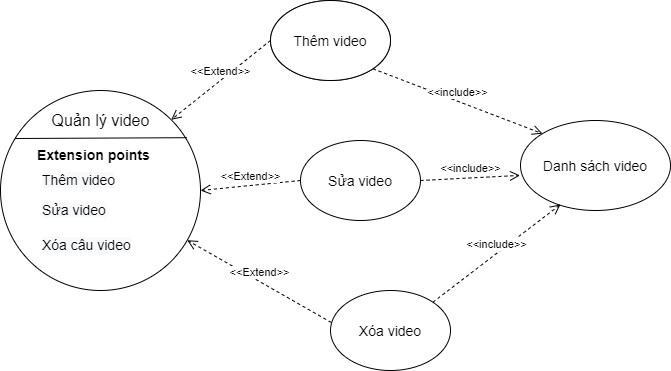
Thangvanle2000/dkt-learning keeps this draw.io diagram as Đề cương/Diagram/admin-audio.png. Above is the earlier version. Source tidied: cells renumbered, new cells last; positions are measured from the earlier drawing's top-left corner, leaving out a move shared by most shapes. The source it was exported from:
```xml
<mxGraphModel>
  <root>
    <mxCell id="0" />
    <mxCell id="1" parent="0" />
    <mxCell id="2" style="ellipse;whiteSpace=wrap;html=1;" parent="1" vertex="1">
      <mxGeometry y="90" width="200" height="200" as="geometry" />
    </mxCell>
    <mxCell id="3" style="endArrow=none;html=1;exitX=0.072;exitY=0.24;exitDx=0;exitDy=0;exitPerimeter=0;entryX=0.932;entryY=0.236;entryDx=0;entryDy=0;entryPerimeter=0;" parent="1" edge="1" source="2" target="2">
      <mxGeometry relative="1" as="geometry" />
    </mxCell>
    <mxCell id="4" value="&lt;font style=&quot;font-size: 16px&quot;&gt;Quản lý video&lt;/font&gt;" style="text;html=1;align=center;verticalAlign=middle;strokeColor=none;fillColor=none;" parent="1" vertex="1">
      <mxGeometry x="45" y="110" width="110" height="20" as="geometry" />
    </mxCell>
    <mxCell id="5" value="&lt;font style=&quot;font-size: 14px&quot;&gt;Thêm câu hỏi&lt;/font&gt;" style="ellipse;whiteSpace=wrap;html=1;" parent="1" vertex="1">
      <mxGeometry x="270" width="120" height="80" as="geometry" />
    </mxCell>
    <mxCell id="6" value="&lt;font style=&quot;font-size: 14px&quot;&gt;Thêm video&lt;/font&gt;" style="ellipse;whiteSpace=wrap;html=1;" parent="1" vertex="1">
      <mxGeometry x="270" width="120" height="80" as="geometry" />
    </mxCell>
    <mxCell id="7" value="&lt;font style=&quot;font-size: 14px&quot;&gt;Sửa video&lt;/font&gt;" style="ellipse;whiteSpace=wrap;html=1;" parent="1" vertex="1">
      <mxGeometry x="300" y="140" width="120" height="80" as="geometry" />
    </mxCell>
    <mxCell id="8" value="&lt;span style=&quot;font-size: 14px&quot;&gt;Xóa video&lt;/span&gt;" style="ellipse;whiteSpace=wrap;html=1;" parent="1" vertex="1">
      <mxGeometry x="330" y="290" width="120" height="80" as="geometry" />
    </mxCell>
    <mxCell id="9" value="&lt;font style=&quot;font-size: 14px&quot;&gt;Danh sách video&lt;/font&gt;" style="ellipse;whiteSpace=wrap;html=1;" parent="1" vertex="1">
      <mxGeometry x="520" y="120" width="150" height="90" as="geometry" />
    </mxCell>
    <mxCell id="10" value="&amp;lt;&amp;lt;Extend&amp;gt;&amp;gt;" style="html=1;verticalAlign=bottom;endArrow=open;dashed=1;endSize=8;exitX=0;exitY=0.5;exitDx=0;exitDy=0;entryX=1;entryY=0;entryDx=0;entryDy=0;" parent="1" edge="1" source="6" target="2">
      <mxGeometry relative="1" as="geometry" />
    </mxCell>
    <mxCell id="11" value="&amp;lt;&amp;lt;Extend&amp;gt;&amp;gt;" style="html=1;verticalAlign=bottom;endArrow=open;dashed=1;endSize=8;exitX=0;exitY=0.5;exitDx=0;exitDy=0;entryX=1;entryY=0.5;entryDx=0;entryDy=0;" parent="1" edge="1" source="7" target="2">
      <mxGeometry relative="1" as="geometry" />
    </mxCell>
    <mxCell id="12" value="&amp;lt;&amp;lt;Extend&amp;gt;&amp;gt;" style="html=1;verticalAlign=bottom;endArrow=open;dashed=1;endSize=8;exitX=0.007;exitY=0.4;exitDx=0;exitDy=0;exitPerimeter=0;" parent="1" edge="1" source="8" target="2">
      <mxGeometry relative="1" as="geometry" />
    </mxCell>
    <mxCell id="13" value="&amp;lt;&amp;lt;include&amp;gt;&amp;gt;" style="html=1;verticalAlign=bottom;endArrow=open;dashed=1;endSize=8;exitX=1;exitY=1;exitDx=0;exitDy=0;entryX=0;entryY=0;entryDx=0;entryDy=0;" parent="1" edge="1" source="6" target="9">
      <mxGeometry relative="1" as="geometry" />
    </mxCell>
    <mxCell id="14" value="&amp;lt;&amp;lt;include&amp;gt;&amp;gt;" style="html=1;verticalAlign=bottom;endArrow=open;dashed=1;endSize=8;exitX=1;exitY=0.5;exitDx=0;exitDy=0;entryX=0;entryY=0;entryDx=0;entryDy=0;" parent="1" edge="1" source="7">
      <mxGeometry relative="1" as="geometry">
        <mxPoint x="519.5" y="174.9" as="targetPoint" />
      </mxGeometry>
    </mxCell>
    <mxCell id="15" value="&amp;lt;&amp;lt;include&amp;gt;&amp;gt;" style="html=1;verticalAlign=bottom;endArrow=open;dashed=1;endSize=8;exitX=1;exitY=0;exitDx=0;exitDy=0;" parent="1" edge="1" source="8">
      <mxGeometry relative="1" as="geometry">
        <mxPoint x="560" y="204" as="targetPoint" />
      </mxGeometry>
    </mxCell>
    <mxCell id="16" value="&lt;span style=&quot;color: rgb(0 , 0 , 0) ; font-family: &amp;#34;helvetica&amp;#34; ; font-size: 14px ; font-style: normal ; font-weight: 400 ; letter-spacing: normal ; text-align: center ; text-indent: 0px ; text-transform: none ; word-spacing: 0px ; background-color: rgb(248 , 249 , 250) ; display: inline ; float: none&quot;&gt;Thêm video&lt;/span&gt;" style="text;whiteSpace=wrap;html=1;" parent="1" vertex="1">
      <mxGeometry x="40" y="165" width="110" height="30" as="geometry" />
    </mxCell>
    <mxCell id="17" value="&lt;span style=&quot;color: rgb(0 , 0 , 0) ; font-family: &amp;#34;helvetica&amp;#34; ; font-size: 14px ; font-style: normal ; font-weight: 400 ; letter-spacing: normal ; text-align: center ; text-indent: 0px ; text-transform: none ; word-spacing: 0px ; background-color: rgb(248 , 249 , 250) ; display: inline ; float: none&quot;&gt;Sửa video&lt;/span&gt;" style="text;whiteSpace=wrap;html=1;" parent="1" vertex="1">
      <mxGeometry x="40" y="195" width="100" height="30" as="geometry" />
    </mxCell>
    <mxCell id="18" value="&lt;span style=&quot;color: rgb(0 , 0 , 0) ; font-family: &amp;#34;helvetica&amp;#34; ; font-size: 14px ; font-style: normal ; font-weight: 400 ; letter-spacing: normal ; text-align: center ; text-indent: 0px ; text-transform: none ; word-spacing: 0px ; background-color: rgb(248 , 249 , 250) ; display: inline ; float: none&quot;&gt;Xóa câu video&lt;/span&gt;" style="text;whiteSpace=wrap;html=1;" parent="1" vertex="1">
      <mxGeometry x="40" y="230" width="100" height="30" as="geometry" />
    </mxCell>
    <mxCell id="19" value="&lt;div style=&quot;text-align: center&quot;&gt;&lt;font face=&quot;helvetica&quot;&gt;&lt;span style=&quot;font-size: 14px&quot;&gt;&lt;b&gt;Extension points&lt;/b&gt;&lt;/span&gt;&lt;/font&gt;&lt;/div&gt;" style="text;whiteSpace=wrap;html=1;" parent="1" vertex="1">
      <mxGeometry x="35" y="140" width="130" height="30" as="geometry" />
    </mxCell>
  </root>
</mxGraphModel>
```
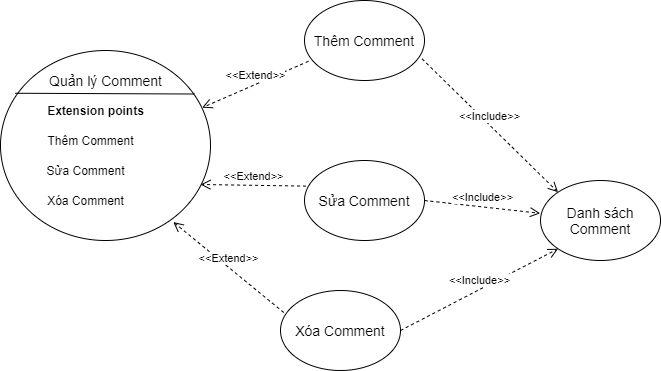
After the change.

What changed in the source:
```diff
@@ -2,63 +2,58 @@
   <root>
     <mxCell id="0" />
     <mxCell id="1" parent="0" />
-    <mxCell id="2" style="ellipse;whiteSpace=wrap;html=1;" parent="1" vertex="1">
-      <mxGeometry y="90" width="200" height="200" as="geometry" />
-    </mxCell>
-    <mxCell id="3" style="endArrow=none;html=1;exitX=0.072;exitY=0.24;exitDx=0;exitDy=0;exitPerimeter=0;entryX=0.932;entryY=0.236;entryDx=0;entryDy=0;entryPerimeter=0;" parent="1" edge="1" source="2" target="2">
-      <mxGeometry relative="1" as="geometry" />
-    </mxCell>
-    <mxCell id="4" value="&lt;font style=&quot;font-size: 16px&quot;&gt;Quản lý video&lt;/font&gt;" style="text;html=1;align=center;verticalAlign=middle;strokeColor=none;fillColor=none;" parent="1" vertex="1">
-      <mxGeometry x="45" y="110" width="110" height="20" as="geometry" />
-    </mxCell>
-    <mxCell id="5" value="&lt;font style=&quot;font-size: 14px&quot;&gt;Thêm câu hỏi&lt;/font&gt;" style="ellipse;whiteSpace=wrap;html=1;" parent="1" vertex="1">
-      <mxGeometry x="270" width="120" height="80" as="geometry" />
-    </mxCell>
-    <mxCell id="6" value="&lt;font style=&quot;font-size: 14px&quot;&gt;Thêm video&lt;/font&gt;" style="ellipse;whiteSpace=wrap;html=1;" parent="1" vertex="1">
-      <mxGeometry x="270" width="120" height="80" as="geometry" />
-    </mxCell>
-    <mxCell id="7" value="&lt;font style=&quot;font-size: 14px&quot;&gt;Sửa video&lt;/font&gt;" style="ellipse;whiteSpace=wrap;html=1;" parent="1" vertex="1">
-      <mxGeometry x="300" y="140" width="120" height="80" as="geometry" />
-    </mxCell>
-    <mxCell id="8" value="&lt;span style=&quot;font-size: 14px&quot;&gt;Xóa video&lt;/span&gt;" style="ellipse;whiteSpace=wrap;html=1;" parent="1" vertex="1">
-      <mxGeometry x="330" y="290" width="120" height="80" as="geometry" />
-    </mxCell>
-    <mxCell id="9" value="&lt;font style=&quot;font-size: 14px&quot;&gt;Danh sách video&lt;/font&gt;" style="ellipse;whiteSpace=wrap;html=1;" parent="1" vertex="1">
-      <mxGeometry x="520" y="120" width="150" height="90" as="geometry" />
-    </mxCell>
-    <mxCell id="10" value="&amp;lt;&amp;lt;Extend&amp;gt;&amp;gt;" style="html=1;verticalAlign=bottom;endArrow=open;dashed=1;endSize=8;exitX=0;exitY=0.5;exitDx=0;exitDy=0;entryX=1;entryY=0;entryDx=0;entryDy=0;" parent="1" edge="1" source="6" target="2">
-      <mxGeometry relative="1" as="geometry" />
-    </mxCell>
-    <mxCell id="11" value="&amp;lt;&amp;lt;Extend&amp;gt;&amp;gt;" style="html=1;verticalAlign=bottom;endArrow=open;dashed=1;endSize=8;exitX=0;exitY=0.5;exitDx=0;exitDy=0;entryX=1;entryY=0.5;entryDx=0;entryDy=0;" parent="1" edge="1" source="7" target="2">
-      <mxGeometry relative="1" as="geometry" />
-    </mxCell>
-    <mxCell id="12" value="&amp;lt;&amp;lt;Extend&amp;gt;&amp;gt;" style="html=1;verticalAlign=bottom;endArrow=open;dashed=1;endSize=8;exitX=0.007;exitY=0.4;exitDx=0;exitDy=0;exitPerimeter=0;" parent="1" edge="1" source="8" target="2">
-      <mxGeometry relative="1" as="geometry" />
-    </mxCell>
-    <mxCell id="13" value="&amp;lt;&amp;lt;include&amp;gt;&amp;gt;" style="html=1;verticalAlign=bottom;endArrow=open;dashed=1;endSize=8;exitX=1;exitY=1;exitDx=0;exitDy=0;entryX=0;entryY=0;entryDx=0;entryDy=0;" parent="1" edge="1" source="6" target="9">
-      <mxGeometry relative="1" as="geometry" />
-    </mxCell>
-    <mxCell id="14" value="&amp;lt;&amp;lt;include&amp;gt;&amp;gt;" style="html=1;verticalAlign=bottom;endArrow=open;dashed=1;endSize=8;exitX=1;exitY=0.5;exitDx=0;exitDy=0;entryX=0;entryY=0;entryDx=0;entryDy=0;" parent="1" edge="1" source="7">
-      <mxGeometry relative="1" as="geometry">
-        <mxPoint x="519.5" y="174.9" as="targetPoint" />
-      </mxGeometry>
-    </mxCell>
-    <mxCell id="15" value="&amp;lt;&amp;lt;include&amp;gt;&amp;gt;" style="html=1;verticalAlign=bottom;endArrow=open;dashed=1;endSize=8;exitX=1;exitY=0;exitDx=0;exitDy=0;" parent="1" edge="1" source="8">
-      <mxGeometry relative="1" as="geometry">
-        <mxPoint x="560" y="204" as="targetPoint" />
-      </mxGeometry>
-    </mxCell>
-    <mxCell id="16" value="&lt;span style=&quot;color: rgb(0 , 0 , 0) ; font-family: &amp;#34;helvetica&amp;#34; ; font-size: 14px ; font-style: normal ; font-weight: 400 ; letter-spacing: normal ; text-align: center ; text-indent: 0px ; text-transform: none ; word-spacing: 0px ; background-color: rgb(248 , 249 , 250) ; display: inline ; float: none&quot;&gt;Thêm video&lt;/span&gt;" style="text;whiteSpace=wrap;html=1;" parent="1" vertex="1">
-      <mxGeometry x="40" y="165" width="110" height="30" as="geometry" />
-    </mxCell>
-    <mxCell id="17" value="&lt;span style=&quot;color: rgb(0 , 0 , 0) ; font-family: &amp;#34;helvetica&amp;#34; ; font-size: 14px ; font-style: normal ; font-weight: 400 ; letter-spacing: normal ; text-align: center ; text-indent: 0px ; text-transform: none ; word-spacing: 0px ; background-color: rgb(248 , 249 , 250) ; display: inline ; float: none&quot;&gt;Sửa video&lt;/span&gt;" style="text;whiteSpace=wrap;html=1;" parent="1" vertex="1">
-      <mxGeometry x="40" y="195" width="100" height="30" as="geometry" />
-    </mxCell>
-    <mxCell id="18" value="&lt;span style=&quot;color: rgb(0 , 0 , 0) ; font-family: &amp;#34;helvetica&amp;#34; ; font-size: 14px ; font-style: normal ; font-weight: 400 ; letter-spacing: normal ; text-align: center ; text-indent: 0px ; text-transform: none ; word-spacing: 0px ; background-color: rgb(248 , 249 , 250) ; display: inline ; float: none&quot;&gt;Xóa câu video&lt;/span&gt;" style="text;whiteSpace=wrap;html=1;" parent="1" vertex="1">
-      <mxGeometry x="40" y="230" width="100" height="30" as="geometry" />
-    </mxCell>
+    <mxCell id="20" style="ellipse;whiteSpace=wrap;html=1;" parent="1" vertex="1">
+      <mxGeometry x="-5" y="90" width="210" height="190" as="geometry" />
+    </mxCell>
+    <mxCell id="21" style="endArrow=none;html=1;exitX=0.07;exitY=0.225;exitDx=0;exitDy=0;exitPerimeter=0;entryX=0.924;entryY=0.229;entryDx=0;entryDy=0;entryPerimeter=0;" parent="1" edge="1" source="20" target="20">
+      <mxGeometry relative="1" as="geometry" />
+    </mxCell>
+    <mxCell id="22" value="&lt;font style=&quot;font-size: 14px&quot;&gt;Quản lý Comment&lt;/font&gt;" style="text;html=1;align=center;verticalAlign=middle;strokeColor=none;fillColor=none;" parent="1" vertex="1">
+      <mxGeometry x="35" y="110" width="130" height="20" as="geometry" />
+    </mxCell>
+    <mxCell id="23" value="Thêm Comment" style="text;html=1;align=center;verticalAlign=middle;strokeColor=none;fillColor=none;" parent="1" vertex="1">
+      <mxGeometry x="35" y="170" width="100" height="20" as="geometry" />
+    </mxCell>
-    <mxCell id="19" value="&lt;div style=&quot;text-align: center&quot;&gt;&lt;font face=&quot;helvetica&quot;&gt;&lt;span style=&quot;font-size: 14px&quot;&gt;&lt;b&gt;Extension points&lt;/b&gt;&lt;/span&gt;&lt;/font&gt;&lt;/div&gt;" style="text;whiteSpace=wrap;html=1;" parent="1" vertex="1">
-      <mxGeometry x="35" y="140" width="130" height="30" as="geometry" />
+    <mxCell id="19" value="&lt;b&gt;Extension points&lt;/b&gt;" style="text;html=1;align=center;verticalAlign=middle;strokeColor=none;fillColor=none;" parent="1" vertex="1">
+      <mxGeometry x="35" y="140" width="110" height="20" as="geometry" />
     </mxCell>
+    <mxCell id="24" value="Sửa Comment" style="text;html=1;align=center;verticalAlign=middle;strokeColor=none;fillColor=none;" parent="1" vertex="1">
+      <mxGeometry x="35" y="200" width="90" height="20" as="geometry" />
+    </mxCell>
+    <mxCell id="25" value="&lt;font style=&quot;font-size: 14px&quot;&gt;Thêm Comment&lt;/font&gt;" style="ellipse;whiteSpace=wrap;html=1;" parent="1" vertex="1">
+      <mxGeometry x="299" y="40" width="120" height="80" as="geometry" />
+    </mxCell>
+    <mxCell id="26" value="&lt;span style=&quot;font-size: 14px&quot;&gt;Sửa Comment&lt;/span&gt;" style="ellipse;whiteSpace=wrap;html=1;" parent="1" vertex="1">
+      <mxGeometry x="299" y="200" width="120" height="80" as="geometry" />
+    </mxCell>
+    <mxCell id="27" value="&lt;font style=&quot;font-size: 14px&quot;&gt;Danh sách Comment&lt;/font&gt;" style="ellipse;whiteSpace=wrap;html=1;" parent="1" vertex="1">
+      <mxGeometry x="535" y="220" width="120" height="80" as="geometry" />
+    </mxCell>
+    <mxCell id="28" value="&amp;lt;&amp;lt;Extend&amp;gt;&amp;gt;" style="html=1;verticalAlign=bottom;endArrow=open;dashed=1;endSize=8;exitX=0.033;exitY=0.76;exitDx=0;exitDy=0;exitPerimeter=0;entryX=0.96;entryY=0.301;entryDx=0;entryDy=0;entryPerimeter=0;" parent="1" edge="1" source="25" target="20">
+      <mxGeometry relative="1" as="geometry" />
+    </mxCell>
+    <mxCell id="29" value="&amp;lt;&amp;lt;Extend&amp;gt;&amp;gt;" style="html=1;verticalAlign=bottom;endArrow=open;dashed=1;endSize=8;exitX=0.013;exitY=0.32;exitDx=0;exitDy=0;exitPerimeter=0;" parent="1" edge="1" source="26">
+      <mxGeometry relative="1" as="geometry">
+        <mxPoint x="195" y="224" as="targetPoint" />
+      </mxGeometry>
+    </mxCell>
+    <mxCell id="30" value="&amp;lt;&amp;lt;Include&amp;gt;&amp;gt;" style="html=1;verticalAlign=bottom;endArrow=open;dashed=1;endSize=8;entryX=-0.003;entryY=0.41;entryDx=0;entryDy=0;entryPerimeter=0;exitX=1;exitY=0.5;exitDx=0;exitDy=0;" parent="1" edge="1" source="26" target="27">
+      <mxGeometry relative="1" as="geometry" />
+    </mxCell>
+    <mxCell id="31" value="Xóa Comment" style="text;html=1;align=center;verticalAlign=middle;strokeColor=none;fillColor=none;" parent="1" vertex="1">
+      <mxGeometry x="35" y="230" width="90" height="20" as="geometry" />
+    </mxCell>
+    <mxCell id="32" value="&lt;font style=&quot;font-size: 14px&quot;&gt;Xóa Comment&lt;/font&gt;" style="ellipse;whiteSpace=wrap;html=1;" parent="1" vertex="1">
+      <mxGeometry x="275" y="330" width="120" height="80" as="geometry" />
+    </mxCell>
+    <mxCell id="33" value="&amp;lt;&amp;lt;Extend&amp;gt;&amp;gt;" style="html=1;verticalAlign=bottom;endArrow=open;dashed=1;endSize=8;exitX=0.027;exitY=0.275;exitDx=0;exitDy=0;exitPerimeter=0;entryX=0.823;entryY=0.903;entryDx=0;entryDy=0;entryPerimeter=0;" parent="1" edge="1" source="32" target="20">
+      <mxGeometry relative="1" as="geometry" />
+    </mxCell>
+    <mxCell id="34" value="&amp;lt;&amp;lt;Include&amp;gt;&amp;gt;" style="html=1;verticalAlign=bottom;endArrow=open;dashed=1;endSize=8;entryX=0;entryY=0;entryDx=0;entryDy=0;exitX=0.98;exitY=0.73;exitDx=0;exitDy=0;exitPerimeter=0;" parent="1" edge="1" source="25" target="27">
+      <mxGeometry relative="1" as="geometry" />
+    </mxCell>
+    <mxCell id="35" value="&amp;lt;&amp;lt;Include&amp;gt;&amp;gt;" style="html=1;verticalAlign=bottom;endArrow=open;dashed=1;endSize=8;entryX=0;entryY=1;entryDx=0;entryDy=0;exitX=1;exitY=0.5;exitDx=0;exitDy=0;" parent="1" edge="1" source="32" target="27">
+      <mxGeometry relative="1" as="geometry" />
+    </mxCell>
   </root>
 </mxGraphModel>
```
